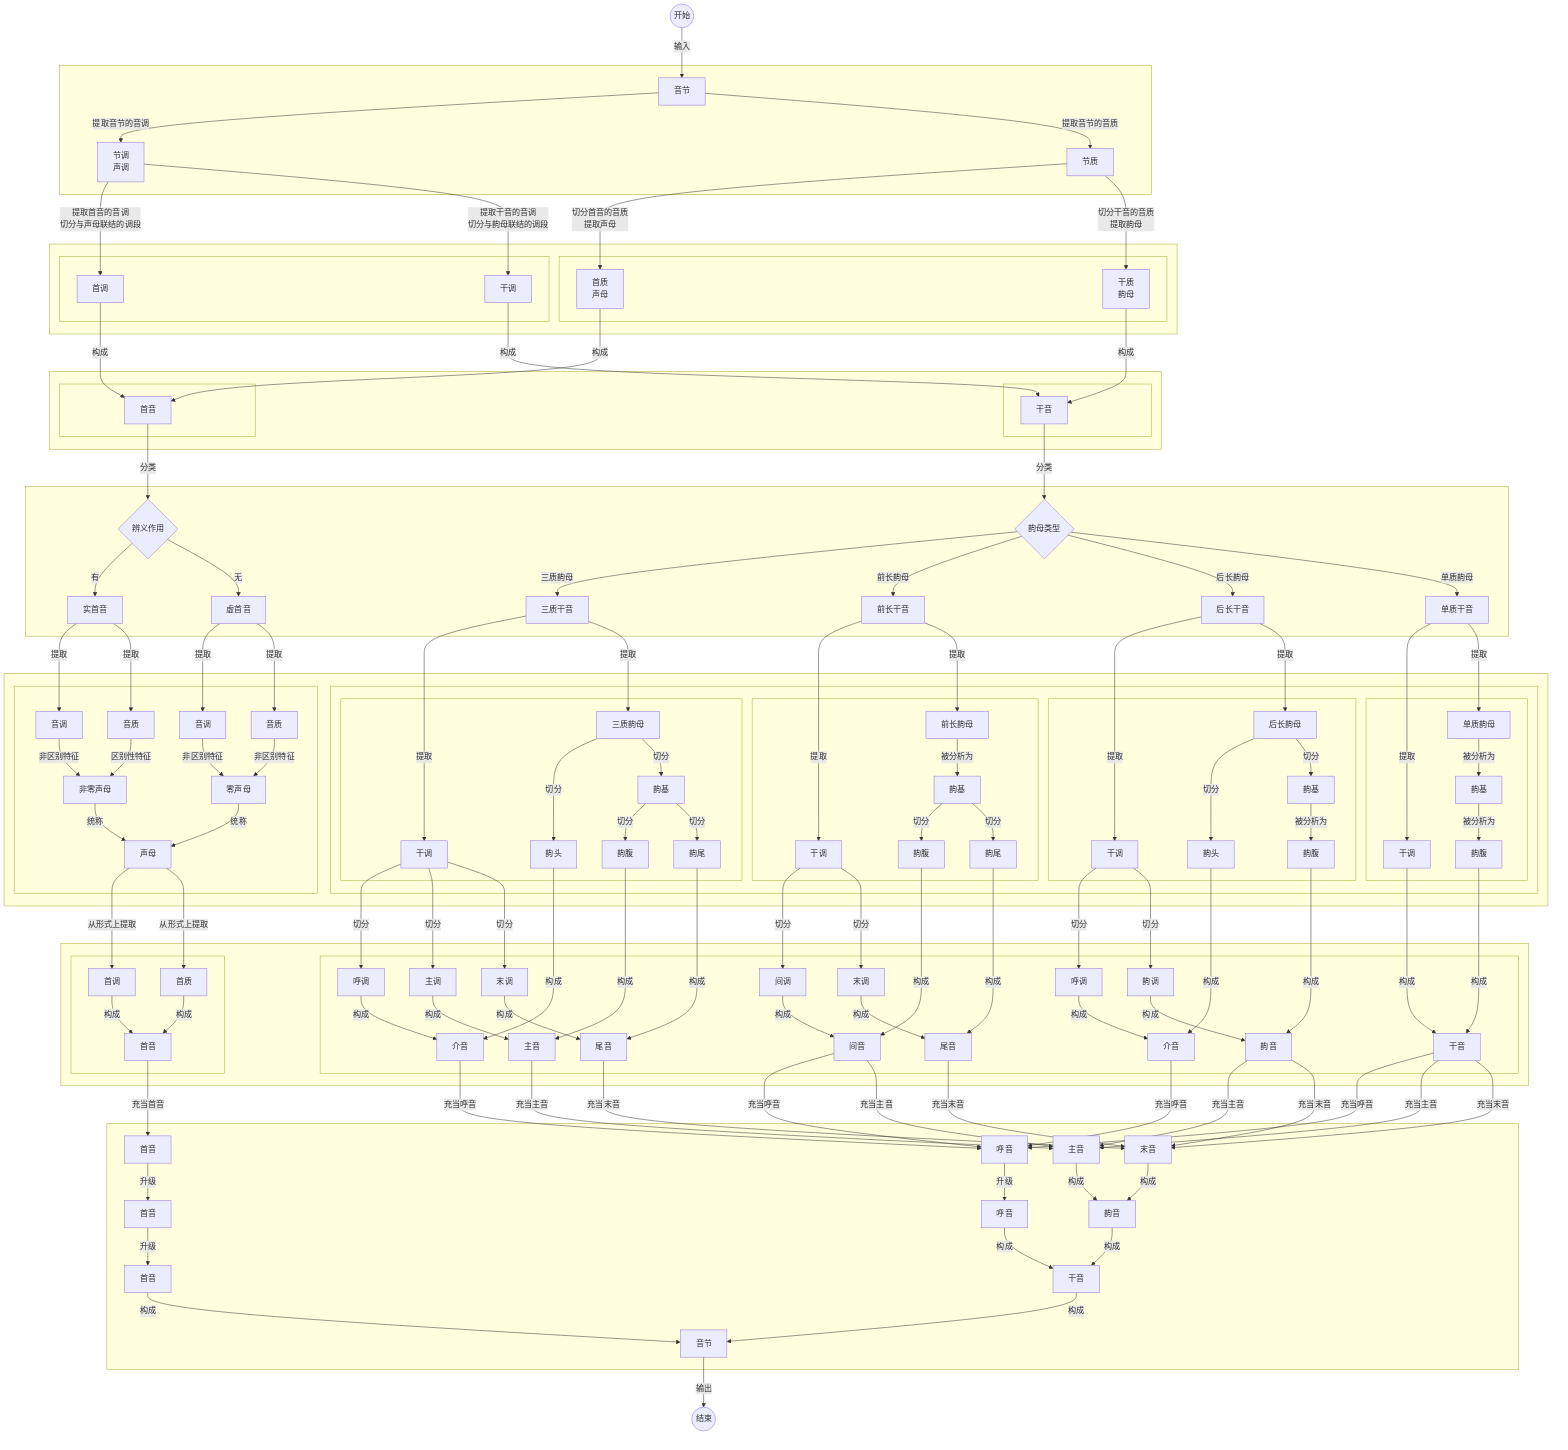
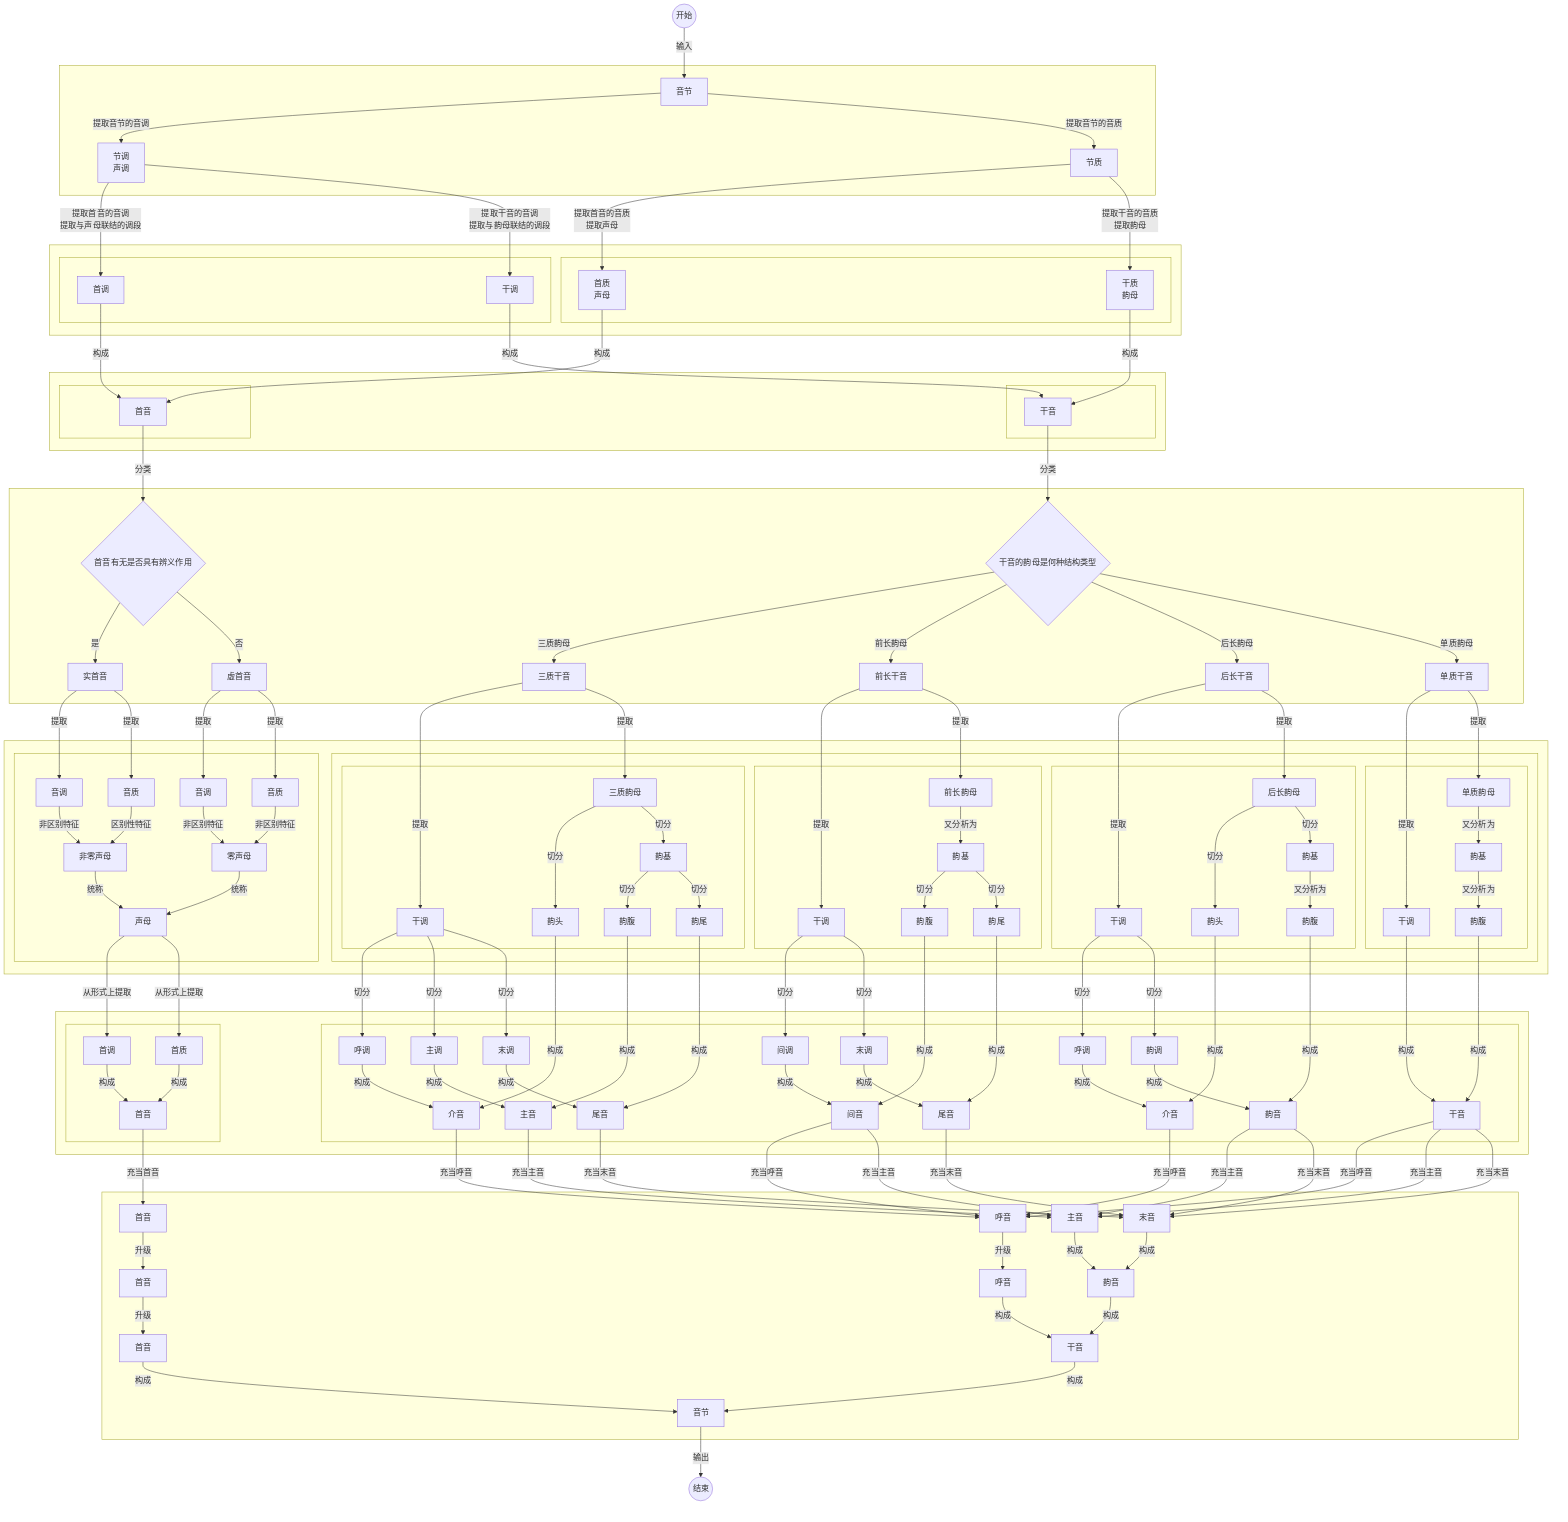
graph TB
    Start((开始)) --> |输入|A[音节]
    subgraph 提取节调和节质[" "]
        A --> |提取音节的音调|A1[节调<br>声调]
        A --> |提取音节的音质|A2[节质]
    end

    subgraph 切分节调和节质[" "]
        subgraph 切分节调[" "]
-         A1 --> |提取首音的音调<br>切分与声母联结的调段|D1[首调]
-         A1 --> |提取干音的音调<br>切分与韵母联结的调段|D2[干调]
+         A1 --> |提取首音的音调<br>提取与声母联结的调段|D1[首调]
+         A1 --> |提取干音的音调<br>提取与韵母联结的调段|D2[干调]
        end
        subgraph 切分节质[" "]
-         A2 --> |切分首音的音质<br>提取声母|C1[首质<br>声母]
-         A2 --> |切分干音的音质<br>提取韵母|C2[干质<br>韵母]
+         A2 --> |提取首音的音质<br>提取声母|C1[首质<br>声母]
+         A2 --> |提取干音的音质<br>提取韵母|C2[干质<br>韵母]
        end
    end

    subgraph 切分首音和干音[" "]
        subgraph 切分首音[" "]
            D1 --> |构成|F[首音]
            C1 --> |构成|F
        end
        subgraph 切分干音[" "]
            D2 --> |构成|G[干音]
            C2 --> |构成|G
        end
    end

-     subgraph 首音和干音的分类[" "]
-         F --> |分类|F0{辨义作用}
-         F0 --> |有|F1[实首音]
-         F0 --> |无|F2[虚首音]
-         G --> |分类|G0{韵母类型}
+     subgraph 划分首音和干音的类型[" "]
+         F --> |分类|F0{首音有无是否具有辨义作用}
+         F0 --> |是|F1[实首音]
+         F0 --> |否|F2[虚首音]
+         G --> |分类|G0{干音的韵母是何种结构类型}
        G0 --> |三质韵母|G1[三质干音]
        G0 --> |前长韵母|G2[前长干音]
        G0 --> |后长韵母|G3[后长干音]
        G0 --> |单质韵母|G4[单质干音]
    end

    subgraph 首音和干音的分析[" "]
        subgraph 首音分析[" "]
            F1 --> |提取|H0[音调]
            F1 --> |提取|H1[音质]
            F2 --> |提取|H2[音调]
            F2 --> |提取|H3[音质]
            H0 --> |非区别特征|H4
            H1 --> |区别性特征|H4[非零声母]
            H2 --> |非区别特征|H5
            H3 --> |非区别特征|H5[零声母]
            H4 --> |统称|H6[声母]
            H5 --> |统称|H6
        end
        subgraph 干音分析[" "]
            subgraph 单质[" "]
            G4 --> |提取|J1[干调]
            G4 --> |提取|J2[单质韵母]
-             J2 --> |被分析为|J3[韵基]
-             J3 --> |被分析为|J4[韵腹]
+             J2 --> |又分析为|J3[韵基]
+             J3 --> |又分析为|J4[韵腹]
            end
            subgraph 后长[" "]
            G3 --> |提取|K1[干调]
            G3 --> |提取|K2[后长韵母]
            K2 --> |切分|K3[韵头]
            K2 --> |切分|K4[韵基]
-             K4 --> |被分析为|K5[韵腹]
+             K4 --> |又分析为|K5[韵腹]
            end
            subgraph 前长[" "]
            G2 --> |提取|L0[干调]
            G2 --> |提取|L3[前长韵母]
-             L3 --> |被分析为|L4[韵基]
+             L3 --> |又分析为|L4[韵基]
            L4 --> |切分|L5[韵腹]
            L4 --> |切分|L6[韵尾]
            end
            subgraph 三质[" "]
            G1 --> |提取|M0[干调]
            G1 --> |提取|M4[三质韵母]
            M4 --> |切分|M5[韵头]
            M4 --> |切分|M6[韵基]
            M6 --> |切分|M61[韵腹]
            M6 --> |切分|M62[韵尾]
            end
        end
    end

    H6 --> |从形式上提取|H7[首调]
    H6 --> |从形式上提取|H8[首质]

    K1 --> |切分|K6[呼调]
    K1 --> |切分|K7[韵调]

    L0 --> |切分|L1[间调]
    L0 --> |切分|L2[末调]

    M0 --> |切分|M1[呼调]
    M0 --> |切分|M2[主调]
    M0 --> |切分|M3[末调]

    subgraph 音元分析[" "]
        subgraph 噪音[" "]
            H7 --> |构成|H9[首音]
            H8 --> |构成|H9
        end
        subgraph 乐音[" "]
            J1 --> |构成|N1[干音]
            J4 --> |构成|N1

            K6 --> |构成|O1[介音]
            K3 --> |构成|O1
            K7 --> |构成|O2[韵音]
            K5 --> |构成|O2

            L1 --> |构成|P1[间音]
            L5 --> |构成|P1
            L2 --> |构成|P2[尾音]
            L6 --> |构成|P2

            M1 --> |构成|Q1[介音]
            M5 --> |构成|Q1
            M2 --> |构成|Q2[主音]
            M61 --> |构成|Q2
            M3 --> |构成|Q3[尾音]
            M62 --> |构成|Q3
        end
    end

    subgraph 音节层次结构模型[" "]
        H9 --> |充当首音|R1[首音]

        N1 --> |充当呼音|R2[呼音]
        N1 --> |充当主音|R3[主音]
        N1 --> |充当末音|R4[末音]

        O1 --> |充当呼音|R2
        O2 --> |充当主音|R3
        O2 --> |充当末音|R4

        P1 --> |充当呼音|R2
        P1 --> |充当主音|R3
        P2 --> |充当末音|R4

        Q1 --> |充当呼音|R2
        Q2 --> |充当主音|R3
        Q3 --> |充当末音|R4

        R1 --> |升级|S1[首音]
        R2 --> |升级|S2[呼音]
        R3 --> |构成|S3
        R4 --> |构成|S3[韵音]

        S1 --> |升级|T1[首音]
        S2 --> |构成|T2
        S3 --> |构成|T2[干音]

        T1 --> |构成|U1
        T2 --> |构成|U1[音节]
    end
    U1 --> |输出|End((结束))

